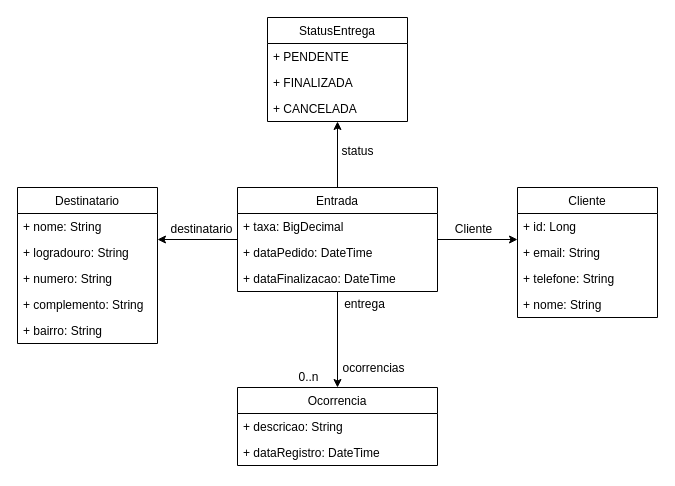
Above: page "Entidades" (1 of 2) of src/main/resources/uml.drawio in burgostecnologia/sistema-entregas (draw.io), before the change. Source tidied: cells renumbered, new cells numbered last; positions are measured from the earlier drawing's top-left corner, leaving out a move shared by most shapes. Both pictures are drawn from the tidied source at 100%, with x=0, y=0 at pixel (17, 17).
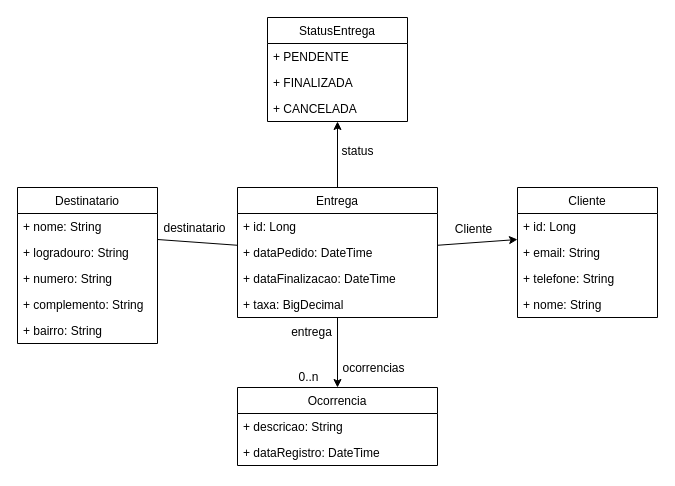
Above is the later version.

Diff of the diagram source:
```diff
@@
-    <mxCell id="17" style="edgeStyle=none;html=1;" parent="1" edge="1" source="21">
+    <mxCell id="17" style="edgeStyle=none;html=1;endArrow=none;endFill=0;" parent="1" edge="1" source="21">
       <mxGeometry relative="1" as="geometry">
         <mxPoint x="140" y="222" as="targetPoint" />
       </mxGeometry>
     </mxCell>
@@
-    <mxCell id="21" value="Entrada" style="swimlane;fontStyle=0;horizontal=1;startSize=26;fillColor=none;" parent="1" vertex="1">
-      <mxGeometry x="220" y="170" width="200" height="104" as="geometry" />
+    <mxCell id="21" value="Entrega" style="swimlane;fontStyle=0;horizontal=1;startSize=26;fillColor=none;" parent="1" vertex="1">
+      <mxGeometry x="220" y="170" width="200" height="130" as="geometry" />
     </mxCell>
-    <mxCell id="22" value="+ taxa: BigDecimal" style="text;strokeColor=none;fillColor=none;align=left;verticalAlign=top;spacingLeft=4;spacingRight=4;overflow=hidden;" parent="21" vertex="1">
+    <mxCell id="22" value="+ id: Long" style="text;strokeColor=none;fillColor=none;align=left;verticalAlign=top;spacingLeft=4;spacingRight=4;overflow=hidden;" parent="21" vertex="1">
       <mxGeometry y="26" width="200" height="26" as="geometry" />
     </mxCell>
@@
+    <mxCell id="34" value="+ taxa: BigDecimal" style="text;strokeColor=none;fillColor=none;align=left;verticalAlign=top;spacingLeft=4;spacingRight=4;overflow=hidden;" parent="21" vertex="1">
+      <mxGeometry y="104" width="200" height="26" as="geometry" />
+    </mxCell>
@@
     <mxCell id="30" value="destinatario" style="text;html=1;align=center;verticalAlign=middle;strokeColor=none;fillColor=none;" parent="1" vertex="1">
-      <mxGeometry x="139" y="197" width="90" height="30" as="geometry" />
+      <mxGeometry x="132" y="196" width="90" height="30" as="geometry" />
     </mxCell>
@@
     <mxCell id="32" value="entrega" style="text;html=1;align=center;verticalAlign=middle;strokeColor=none;fillColor=none;" parent="1" vertex="1">
-      <mxGeometry x="317" y="272" width="60" height="30" as="geometry" />
+      <mxGeometry x="264" y="300" width="60" height="30" as="geometry" />
     </mxCell>
```
